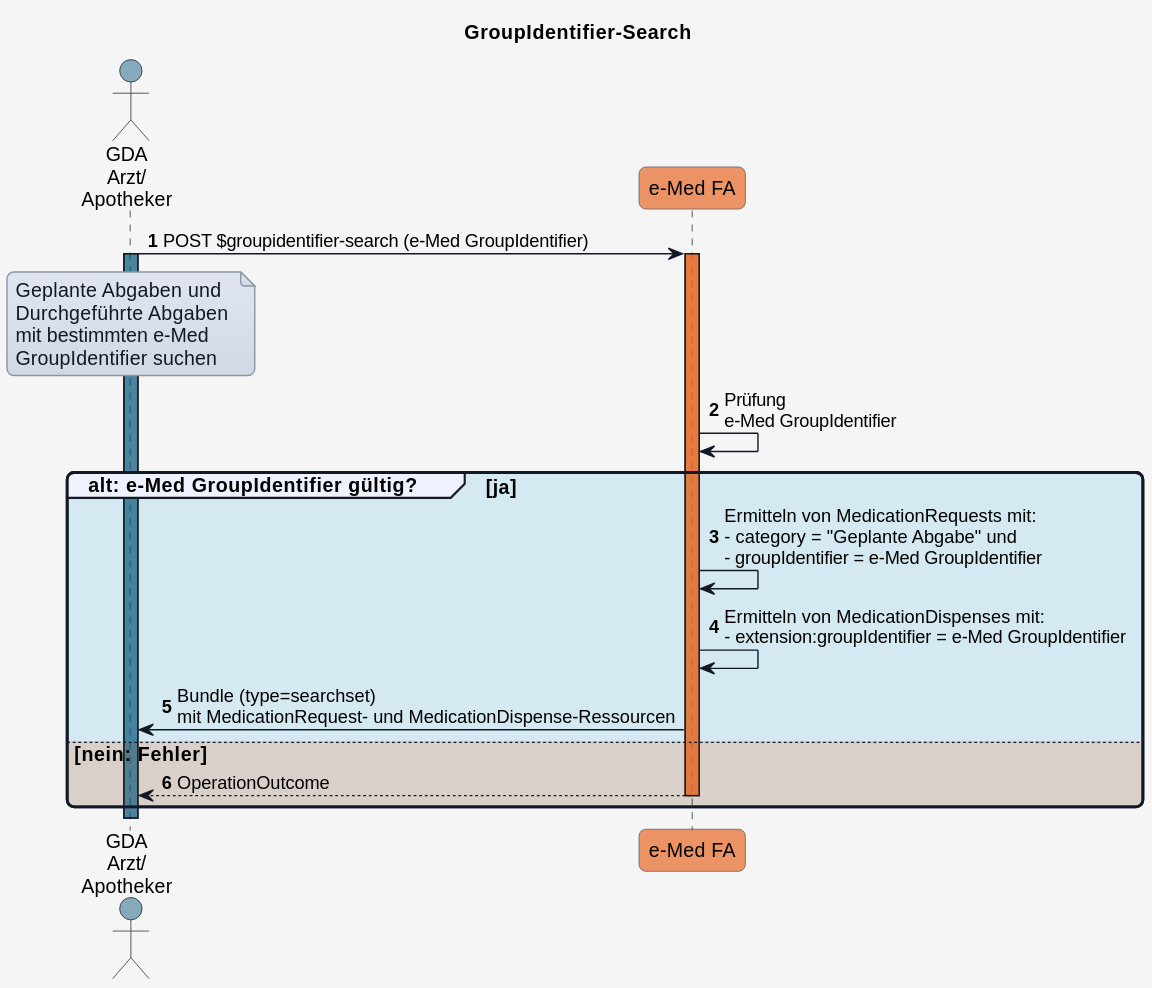
Above: r4-ELGA-e-Medikation-main/en/plantuml/UC_eMed_03_03.svg in HL7Austria/hl7austria.github.io (PlantUML), before the change.
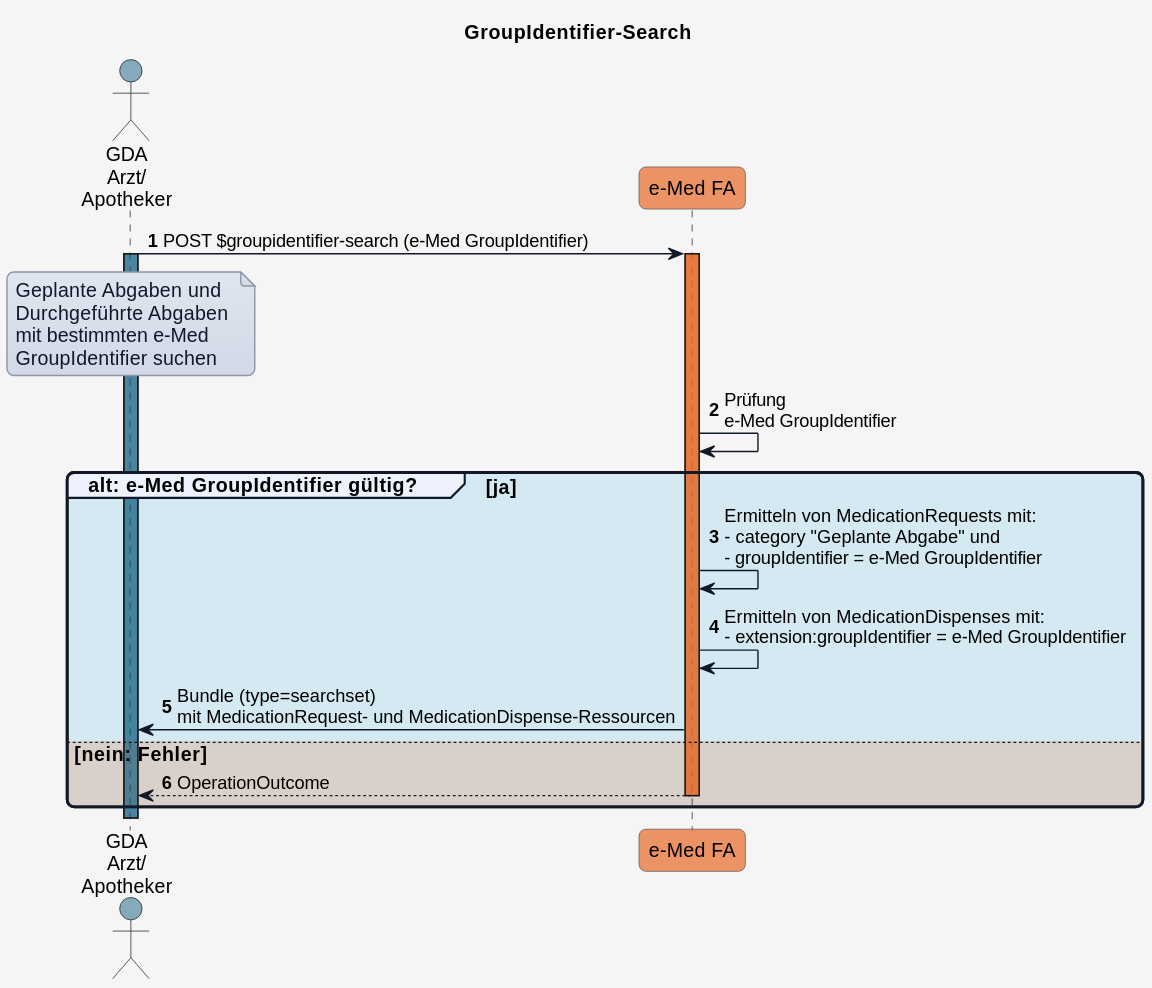
The same diagram one commit later.

Diff of the diagram source:
```diff
@@ -70,7 +70,7 @@
 
 group COLOR_OK alt: e-Med GroupIdentifier gültig? [ja]
 
-  eMed_FA -> eMed_FA: Ermitteln von MedicationRequests mit:\n- category = "Geplante Abgabe" und\n- groupIdentifier = e-Med GroupIdentifier
+  eMed_FA -> eMed_FA: Ermitteln von MedicationRequests mit:\n- category "Geplante Abgabe" und\n- groupIdentifier = e-Med GroupIdentifier
 
   eMed_FA -> eMed_FA: Ermitteln von MedicationDispenses mit:\n- extension:groupIdentifier = e-Med GroupIdentifier
 
```
